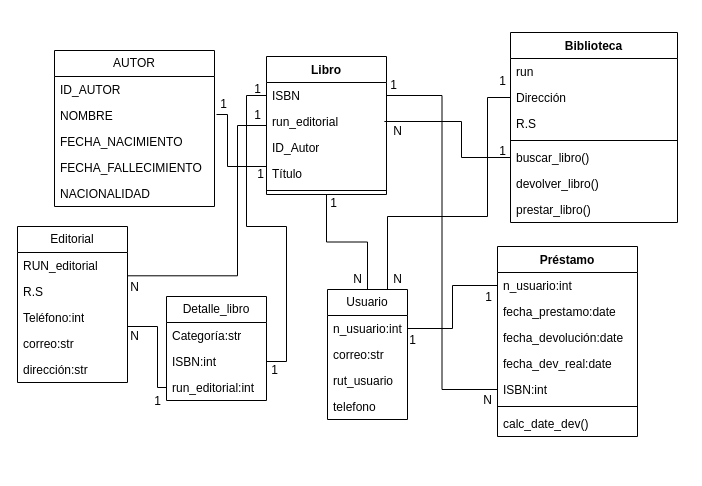
Above: Diagrama sin título.drawio in Wiccaos/POO (draw.io), before the change. Source tidied: cells renumbered, new cells numbered last; positions are measured from the earlier drawing's top-left corner, leaving out a move shared by most shapes. Both pictures are drawn from the tidied source at 100%, with x=0, y=0 at pixel (17, 32).
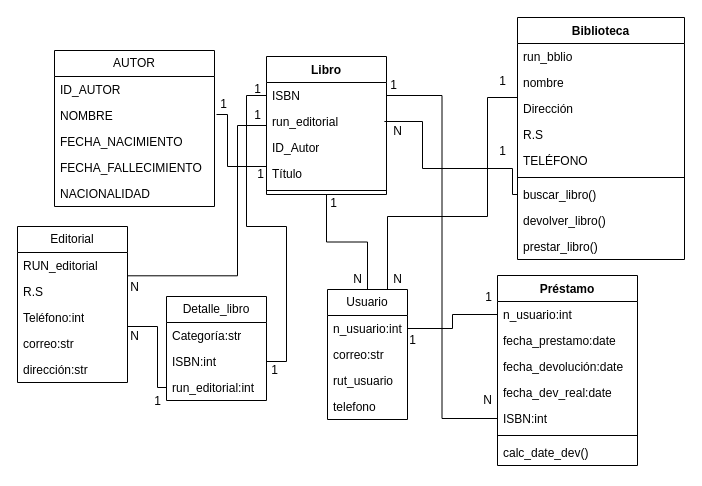
The same page after the edit.

The change refers to these unchanged cells:
```xml
<mxCell id="49" value="N" style="text;html=1;align=center;verticalAlign=middle;points=[];strokeColor=none;fillColor=none;" parent="1" vertex="1">
  <mxGeometry x="365" y="84" width="30" height="30" as="geometry" />
</mxCell>
```

Change to the diagram source:
```diff
@@
     <mxCell id="3" value="Biblioteca" style="swimlane;fontStyle=1;align=center;verticalAlign=top;horizontal=1;startSize=26;whiteSpace=wrap;html=1;" parent="1" vertex="1">
-      <mxGeometry x="493" width="167" height="190" as="geometry" />
+      <mxGeometry x="500" y="-15" width="167" height="242" as="geometry" />
     </mxCell>
+    <mxCell id="72" value="run_bblio" style="text;strokeColor=none;fillColor=none;align=left;verticalAlign=top;spacingLeft=4;spacingRight=4;overflow=hidden;whiteSpace=wrap;html=1;" parent="3" vertex="1">
+      <mxGeometry y="26" width="167" height="26" as="geometry" />
+    </mxCell>
-    <mxCell id="4" value="run" style="text;strokeColor=none;fillColor=none;align=left;verticalAlign=top;spacingLeft=4;spacingRight=4;overflow=hidden;whiteSpace=wrap;html=1;" parent="3" vertex="1">
-      <mxGeometry y="26" width="167" height="26" as="geometry" />
+    <mxCell id="4" value="nombre" style="text;strokeColor=none;fillColor=none;align=left;verticalAlign=top;spacingLeft=4;spacingRight=4;overflow=hidden;whiteSpace=wrap;html=1;" parent="3" vertex="1">
+      <mxGeometry y="52" width="167" height="26" as="geometry" />
     </mxCell>
     <mxCell id="5" value="Dirección" style="text;strokeColor=none;fillColor=none;align=left;verticalAlign=top;spacingLeft=4;spacingRight=4;overflow=hidden;points=[[0,0.5],[1,0.5]];portConstraint=eastwest;whiteSpace=wrap;html=1;" parent="3" vertex="1">
-      <mxGeometry y="52" width="167" height="26" as="geometry" />
+      <mxGeometry y="78" width="167" height="26" as="geometry" />
     </mxCell>
     <mxCell id="6" value="R.S" style="text;strokeColor=none;fillColor=none;align=left;verticalAlign=top;spacingLeft=4;spacingRight=4;overflow=hidden;whiteSpace=wrap;html=1;" parent="3" vertex="1">
-      <mxGeometry y="78" width="167" height="26" as="geometry" />
+      <mxGeometry y="104" width="167" height="26" as="geometry" />
     </mxCell>
+    <mxCell id="73" value="TELÉFONO" style="text;strokeColor=none;fillColor=none;align=left;verticalAlign=top;spacingLeft=4;spacingRight=4;overflow=hidden;whiteSpace=wrap;html=1;" parent="3" vertex="1">
+      <mxGeometry y="130" width="167" height="26" as="geometry" />
+    </mxCell>
     <mxCell id="7" style="line;strokeWidth=1;fillColor=none;align=left;verticalAlign=middle;spacingTop=-1;spacingLeft=3;spacingRight=3;labelPosition=right;strokeColor=inherit;" parent="3" vertex="1">
-      <mxGeometry y="104" width="167" height="8" as="geometry" />
+      <mxGeometry y="156" width="167" height="8" as="geometry" />
     </mxCell>
     <mxCell id="8" value="buscar_libro()" style="text;strokeColor=none;fillColor=none;align=left;verticalAlign=top;spacingLeft=4;spacingRight=4;overflow=hidden;points=[[0,0.5],[1,0.5]];portConstraint=eastwest;whiteSpace=wrap;html=1;" parent="3" vertex="1">
-      <mxGeometry y="112" width="167" height="26" as="geometry" />
+      <mxGeometry y="164" width="167" height="26" as="geometry" />
     </mxCell>
     <mxCell id="9" value="devolver_libro()" style="text;strokeColor=none;fillColor=none;align=left;verticalAlign=top;spacingLeft=4;spacingRight=4;overflow=hidden;whiteSpace=wrap;html=1;" parent="3" vertex="1">
-      <mxGeometry y="138" width="167" height="26" as="geometry" />
+      <mxGeometry y="190" width="167" height="26" as="geometry" />
     </mxCell>
     <mxCell id="10" value="prestar_libro()" style="text;strokeColor=none;fillColor=none;align=left;verticalAlign=top;spacingLeft=4;spacingRight=4;overflow=hidden;whiteSpace=wrap;html=1;" parent="3" vertex="1">
-      <mxGeometry y="164" width="167" height="26" as="geometry" />
+      <mxGeometry y="216" width="167" height="26" as="geometry" />
     </mxCell>
@@
     <mxCell id="33" value="Préstamo" style="swimlane;fontStyle=1;align=center;verticalAlign=top;horizontal=1;startSize=26;whiteSpace=wrap;html=1;" parent="1" vertex="1">
-      <mxGeometry x="480" y="214" width="140" height="190" as="geometry" />
+      <mxGeometry x="480" y="243" width="140" height="190" as="geometry" />
     </mxCell>
@@
     <mxCell id="50" style="edgeStyle=orthogonalEdgeStyle;rounded=0;jettySize=auto;html=1;entryX=0.062;entryY=0.167;entryDx=0;entryDy=0;entryPerimeter=0;endArrow=none;endFill=0;" parent="1" edge="1" source="8" target="49">
-      <mxGeometry relative="1" as="geometry" />
+      <mxGeometry relative="1" as="geometry">
+        <Array as="points">
+          <mxPoint x="495" y="162" />
+          <mxPoint x="495" y="136" />
+          <mxPoint x="405" y="136" />
+          <mxPoint x="405" y="89" />
+        </Array>
+      </mxGeometry>
     </mxCell>
```
